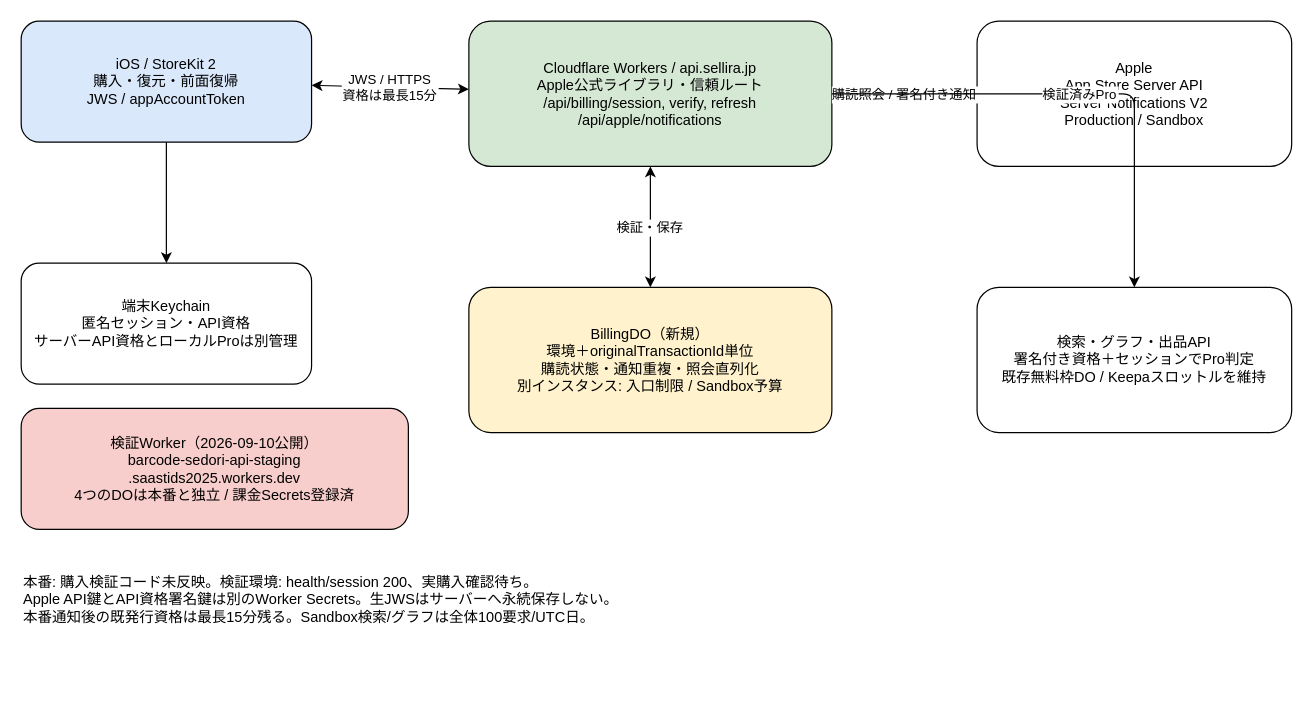
yuriasu2/-barcode_sedori keeps this draw.io diagram as page "Pro購入検証（実装済・未デプロイ）" (2 of 2) of docs/infra.drawio. Above is the earlier version. Source tidied: cells renumbered, new cells numbered last; positions are measured from the earlier drawing's top-left corner, leaving out a move shared by most shapes. Both pictures are drawn from the tidied source at 121%, with x=0, y=0 at pixel (21, 21).
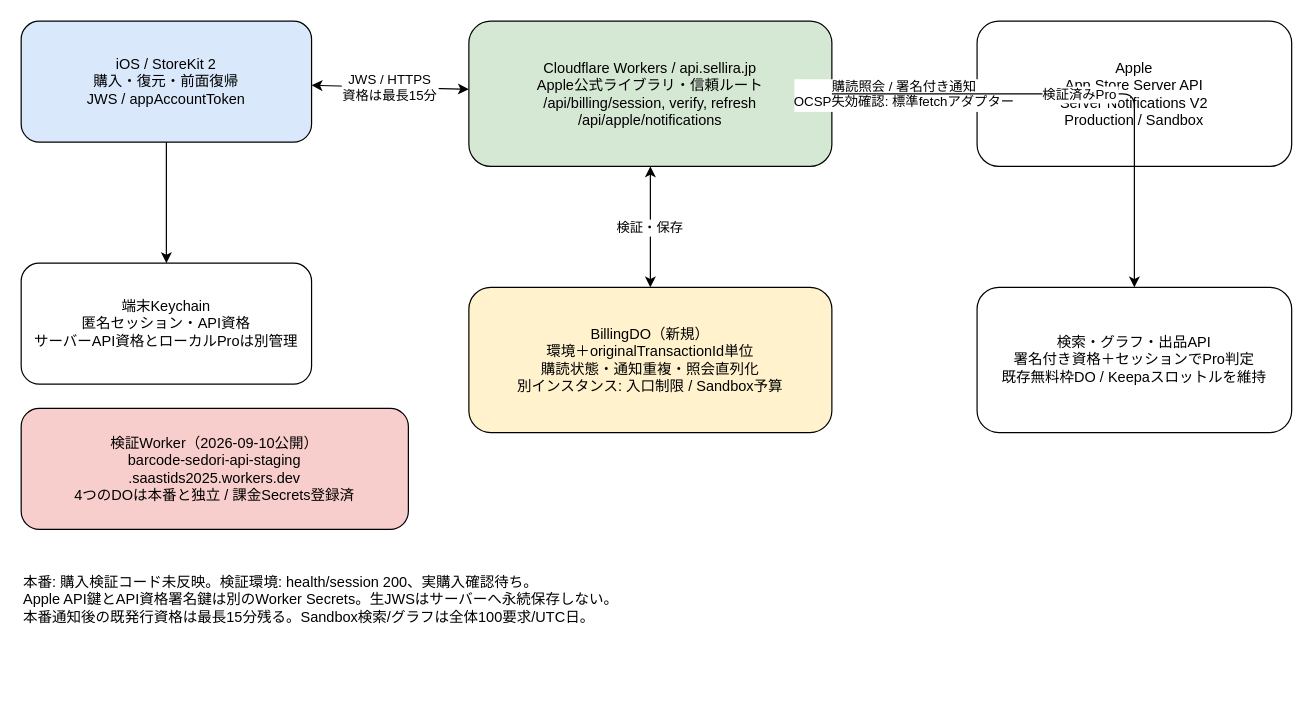
After the change.

Change to the diagram source:
```diff
@@
 <mxGraphModel>
   <root>
     <mxCell id="0" />
     <mxCell id="1" parent="0" />
     <mxCell id="2" value="iOS / StoreKit 2&#10;購入・復元・前面復帰&#10;JWS / appAccountToken" style="rounded=1;whiteSpace=wrap;html=1;fillColor=#dae8fc;" parent="1" vertex="1">
       <mxGeometry width="240" height="100" as="geometry" />
     </mxCell>
     <mxCell id="3" value="端末Keychain&#10;匿名セッション・API資格&#10;サーバーAPI資格とローカルProは別管理" style="rounded=1;whiteSpace=wrap;html=1;" parent="1" vertex="1">
       <mxGeometry y="200" width="240" height="100" as="geometry" />
     </mxCell>
     <mxCell id="4" value="Cloudflare Workers / api.sellira.jp&#10;Apple公式ライブラリ・信頼ルート&#10;/api/billing/session, verify, refresh&#10;/api/apple/notifications" style="rounded=1;whiteSpace=wrap;html=1;fillColor=#d5e8d4;" parent="1" vertex="1">
       <mxGeometry x="370" width="300" height="120" as="geometry" />
     </mxCell>
     <mxCell id="5" value="BillingDO（新規）&#10;環境＋originalTransactionId単位&#10;購読状態・通知重複・照会直列化&#10;別インスタンス: 入口制限 / Sandbox予算" style="rounded=1;whiteSpace=wrap;html=1;fillColor=#fff2cc;" parent="1" vertex="1">
       <mxGeometry x="370" y="220" width="300" height="120" as="geometry" />
     </mxCell>
     <mxCell id="6" value="Apple&#10;App Store Server API&#10;Server Notifications V2&#10;Production / Sandbox" style="rounded=1;whiteSpace=wrap;html=1;" parent="1" vertex="1">
       <mxGeometry x="790" width="260" height="120" as="geometry" />
     </mxCell>
     <mxCell id="7" value="検索・グラフ・出品API&#10;署名付き資格＋セッションでPro判定&#10;既存無料枠DO / Keepaスロットルを維持" style="rounded=1;whiteSpace=wrap;html=1;" parent="1" vertex="1">
       <mxGeometry x="790" y="220" width="260" height="120" as="geometry" />
     </mxCell>
     <mxCell id="8" value="JWS / HTTPS&#10;資格は最長15分" style="endArrow=classic;startArrow=classic;" parent="1" edge="1" source="2" target="4">
       <mxGeometry relative="1" as="geometry" />
     </mxCell>
     <mxCell id="9" style="endArrow=classic;" parent="1" edge="1" source="2" target="3">
       <mxGeometry relative="1" as="geometry" />
     </mxCell>
     <mxCell id="10" value="検証・保存" style="endArrow=classic;startArrow=classic;" parent="1" edge="1" source="4" target="5">
       <mxGeometry relative="1" as="geometry" />
     </mxCell>
-    <mxCell id="11" value="購読照会 / 署名付き通知" style="endArrow=classic;startArrow=classic;" parent="1" edge="1" source="4" target="6">
+    <mxCell id="11" value="購読照会 / 署名付き通知&#10;OCSP失効確認: 標準fetchアダプター" style="endArrow=classic;startArrow=classic;" parent="1" edge="1" source="4" target="6">
       <mxGeometry relative="1" as="geometry" />
     </mxCell>
     <mxCell id="12" value="検証済みPro" style="endArrow=classic;edgeStyle=orthogonalEdgeStyle;" parent="1" edge="1" source="4" target="7">
       <mxGeometry relative="1" as="geometry" />
     </mxCell>
     <mxCell id="13" value="検証Worker（2026-09-10公開）&#10;barcode-sedori-api-staging&#10;.saastids2025.workers.dev&#10;4つのDOは本番と独立 / 課金Secrets登録済" style="rounded=1;whiteSpace=wrap;html=1;fillColor=#f8cecc;" parent="1" vertex="1">
       <mxGeometry y="320" width="320" height="100" as="geometry" />
     </mxCell>
     <mxCell id="14" value="本番: 購入検証コード未反映。検証環境: health/session 200、実購入確認待ち。&#10;Apple API鍵とAPI資格署名鍵は別のWorker Secrets。生JWSはサーバーへ永続保存しない。&#10;本番通知後の既発行資格は最長15分残る。Sandbox検索/グラフは全体100要求/UTC日。" style="text;whiteSpace=wrap;html=1;" parent="1" vertex="1">
       <mxGeometry y="450" width="1050" height="100" as="geometry" />
     </mxCell>
   </root>
 </mxGraphModel>
```
